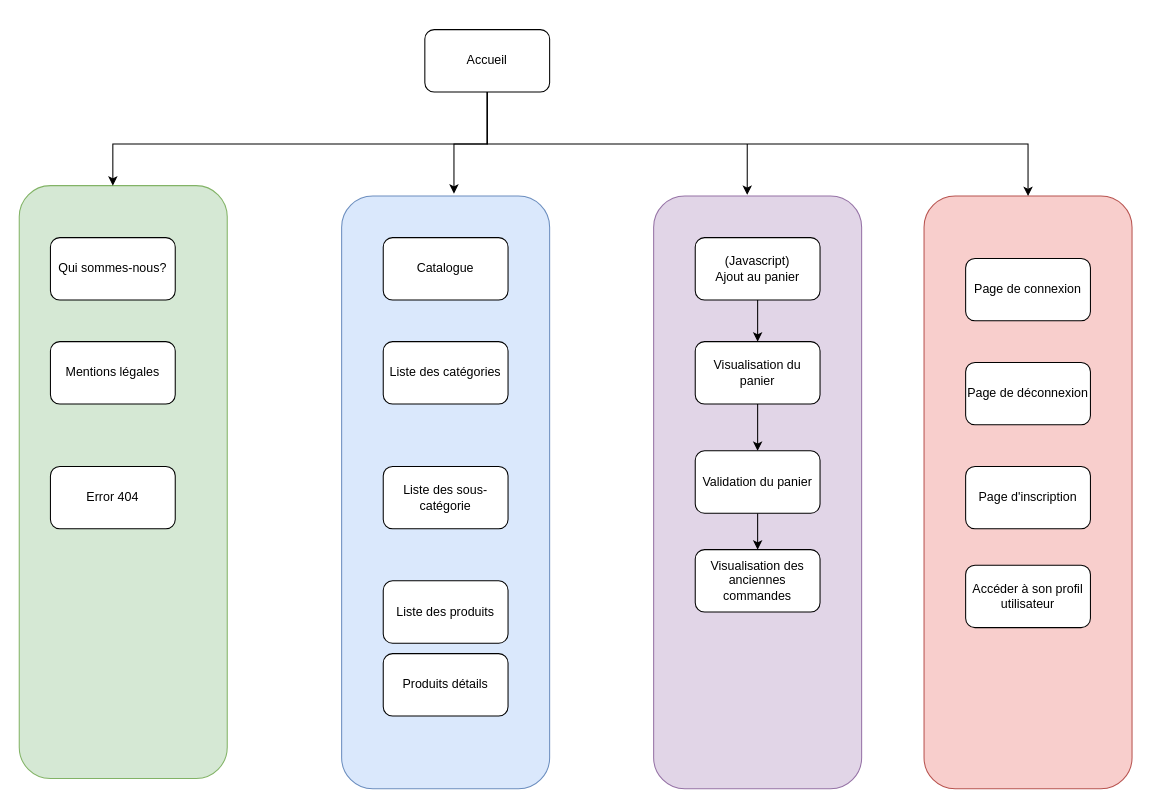
Before: 00- Filrouge/Graphe de navigation.drawio in zeldacod5/CDA, a draw.io diagram. Source tidied: cells renumbered, new cells numbered last; positions are measured from the earlier drawing's top-left corner, leaving out a move shared by most shapes. Both pictures are drawn from the tidied source at 104%, with x=0, y=0 at pixel (19, 29).
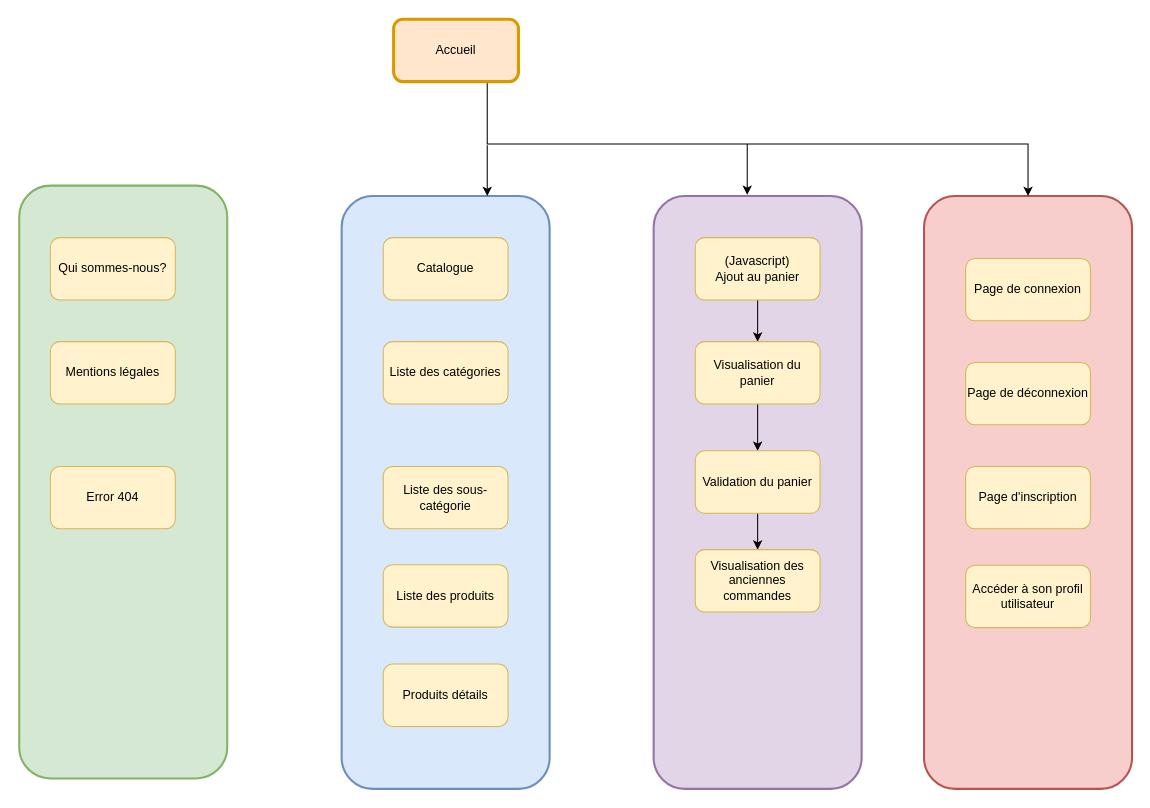
After the change.

Commit message:
Mettre à jour Graphe de navigation.drawio

The edit, as a diff of the source:
```diff
@@
-    <mxCell id="2" style="rounded=1;whiteSpace=wrap;html=1;fillColor=#e1d5e7;strokeColor=#9673a6;" parent="1" vertex="1">
+    <mxCell id="2" style="rounded=1;whiteSpace=wrap;html=1;fillColor=#e1d5e7;strokeColor=#9673a6;strokeWidth=2;" parent="1" vertex="1">
       <mxGeometry x="610" y="160" width="200" height="570" as="geometry" />
     </mxCell>
-    <mxCell id="3" style="rounded=1;whiteSpace=wrap;html=1;fillColor=#f8cecc;strokeColor=#b85450;" parent="1" vertex="1">
+    <mxCell id="3" style="rounded=1;whiteSpace=wrap;html=1;fillColor=#f8cecc;strokeColor=#b85450;strokeWidth=2;" parent="1" vertex="1">
       <mxGeometry x="870" y="160" width="200" height="570" as="geometry" />
     </mxCell>
-    <mxCell id="4" style="rounded=1;whiteSpace=wrap;html=1;fillColor=#d5e8d4;strokeColor=#82b366;" parent="1" vertex="1">
+    <mxCell id="4" style="rounded=1;whiteSpace=wrap;html=1;fillColor=#d5e8d4;strokeColor=#82b366;strokeWidth=2;" parent="1" vertex="1">
       <mxGeometry y="150" width="200" height="570" as="geometry" />
     </mxCell>
-    <mxCell id="5" style="rounded=1;whiteSpace=wrap;html=1;fillColor=#dae8fc;strokeColor=#6c8ebf;" parent="1" vertex="1">
+    <mxCell id="5" style="rounded=1;whiteSpace=wrap;html=1;fillColor=#dae8fc;strokeColor=#6c8ebf;strokeWidth=2;" parent="1" vertex="1">
       <mxGeometry x="310" y="160" width="200" height="570" as="geometry" />
     </mxCell>
-    <mxCell id="6" style="edgeStyle=orthogonalEdgeStyle;rounded=0;jettySize=auto;html=1;entryX=0.54;entryY=-0.004;entryDx=0;entryDy=0;entryPerimeter=0;" parent="1" edge="1" source="9" target="5">
-      <mxGeometry relative="1" as="geometry" />
-    </mxCell>
-    <mxCell id="7" style="edgeStyle=orthogonalEdgeStyle;rounded=0;jettySize=auto;html=1;" parent="1" edge="1" source="9">
+    <mxCell id="7" style="edgeStyle=orthogonalEdgeStyle;rounded=0;jettySize=auto;html=1;exitX=0.75;exitY=1;exitDx=0;exitDy=0;" parent="1" edge="1" source="9">
       <mxGeometry relative="1" as="geometry">
         <mxPoint x="970" y="160" as="targetPoint" />
         <Array as="points">
           <mxPoint x="450" y="110" />
           <mxPoint x="970" y="110" />
         </Array>
       </mxGeometry>
     </mxCell>
-    <mxCell id="8" style="edgeStyle=orthogonalEdgeStyle;rounded=0;jettySize=auto;html=1;" parent="1" edge="1" source="9" target="4">
-      <mxGeometry relative="1" as="geometry">
-        <Array as="points">
-          <mxPoint x="450" y="110" />
-          <mxPoint x="90" y="110" />
-        </Array>
-      </mxGeometry>
-    </mxCell>
-    <mxCell id="9" value="Accueil" style="rounded=1;whiteSpace=wrap;html=1;" parent="1" vertex="1">
-      <mxGeometry x="390" width="120" height="60" as="geometry" />
+    <mxCell id="9" value="Accueil" style="rounded=1;whiteSpace=wrap;html=1;strokeWidth=3;fillColor=#ffe6cc;strokeColor=#d79b00;" parent="1" vertex="1">
+      <mxGeometry x="360" y="-10" width="120" height="60" as="geometry" />
     </mxCell>
-    <mxCell id="10" value="Catalogue" style="rounded=1;whiteSpace=wrap;html=1;" parent="1" vertex="1">
+    <mxCell id="10" value="Catalogue" style="rounded=1;whiteSpace=wrap;html=1;fillColor=#fff2cc;strokeColor=#d6b656;" parent="1" vertex="1">
       <mxGeometry x="350" y="200" width="120" height="60" as="geometry" />
     </mxCell>
-    <mxCell id="11" value="Liste des sous-catégorie" style="rounded=1;whiteSpace=wrap;html=1;" parent="1" vertex="1">
+    <mxCell id="11" value="Liste des sous-catégorie" style="rounded=1;whiteSpace=wrap;html=1;fillColor=#fff2cc;strokeColor=#d6b656;" parent="1" vertex="1">
       <mxGeometry x="350" y="420" width="120" height="60" as="geometry" />
     </mxCell>
-    <mxCell id="12" value="Liste des produits" style="rounded=1;whiteSpace=wrap;html=1;" parent="1" vertex="1">
-      <mxGeometry x="350" y="530" width="120" height="60" as="geometry" />
+    <mxCell id="12" value="Liste des produits" style="rounded=1;whiteSpace=wrap;html=1;fillColor=#fff2cc;strokeColor=#d6b656;" parent="1" vertex="1">
+      <mxGeometry x="350" y="514.5" width="120" height="60" as="geometry" />
     </mxCell>
-    <mxCell id="13" value="Produits détails" style="rounded=1;whiteSpace=wrap;html=1;" parent="1" vertex="1">
-      <mxGeometry x="350" y="600" width="120" height="60" as="geometry" />
+    <mxCell id="13" value="Produits détails" style="rounded=1;whiteSpace=wrap;html=1;fillColor=#fff2cc;strokeColor=#d6b656;" parent="1" vertex="1">
+      <mxGeometry x="350" y="610" width="120" height="60" as="geometry" />
     </mxCell>
@@
-    <mxCell id="15" value="&lt;div&gt;(Javascript)&lt;/div&gt;&lt;div&gt;Ajout au panier&lt;br&gt;&lt;/div&gt;" style="rounded=1;whiteSpace=wrap;html=1;" parent="1" vertex="1">
+    <mxCell id="15" value="&lt;div&gt;(Javascript)&lt;/div&gt;&lt;div&gt;Ajout au panier&lt;br&gt;&lt;/div&gt;" style="rounded=1;whiteSpace=wrap;html=1;fillColor=#fff2cc;strokeColor=#d6b656;" parent="1" vertex="1">
       <mxGeometry x="650" y="200" width="120" height="60" as="geometry" />
     </mxCell>
-    <mxCell id="16" value="Page de connexion" style="rounded=1;whiteSpace=wrap;html=1;" parent="1" vertex="1">
+    <mxCell id="16" value="Page de connexion" style="rounded=1;whiteSpace=wrap;html=1;fillColor=#fff2cc;strokeColor=#d6b656;" parent="1" vertex="1">
       <mxGeometry x="910" y="220" width="120" height="60" as="geometry" />
     </mxCell>
-    <mxCell id="17" value="Page de déconnexion" style="rounded=1;whiteSpace=wrap;html=1;" parent="1" vertex="1">
+    <mxCell id="17" value="Page de déconnexion" style="rounded=1;whiteSpace=wrap;html=1;fillColor=#fff2cc;strokeColor=#d6b656;" parent="1" vertex="1">
       <mxGeometry x="910" y="320" width="120" height="60" as="geometry" />
     </mxCell>
-    <mxCell id="18" value="Error 404" style="rounded=1;whiteSpace=wrap;html=1;" parent="1" vertex="1">
+    <mxCell id="18" value="Error 404" style="rounded=1;whiteSpace=wrap;html=1;fillColor=#fff2cc;strokeColor=#d6b656;" parent="1" vertex="1">
       <mxGeometry x="30" y="420" width="120" height="60" as="geometry" />
     </mxCell>
-    <mxCell id="19" value="Page d'inscription" style="rounded=1;whiteSpace=wrap;html=1;" parent="1" vertex="1">
+    <mxCell id="19" value="Page d'inscription" style="rounded=1;whiteSpace=wrap;html=1;fillColor=#fff2cc;strokeColor=#d6b656;" parent="1" vertex="1">
       <mxGeometry x="910" y="420" width="120" height="60" as="geometry" />
     </mxCell>
-    <mxCell id="20" value="Qui sommes-nous?" style="rounded=1;whiteSpace=wrap;html=1;" parent="1" vertex="1">
+    <mxCell id="20" value="Qui sommes-nous?" style="rounded=1;whiteSpace=wrap;html=1;fillColor=#fff2cc;strokeColor=#d6b656;" parent="1" vertex="1">
       <mxGeometry x="30" y="200" width="120" height="60" as="geometry" />
     </mxCell>
-    <mxCell id="21" value="Mentions légales" style="rounded=1;whiteSpace=wrap;html=1;" parent="1" vertex="1">
+    <mxCell id="21" value="Mentions légales" style="rounded=1;whiteSpace=wrap;html=1;fillColor=#fff2cc;strokeColor=#d6b656;" parent="1" vertex="1">
       <mxGeometry x="30" y="300" width="120" height="60" as="geometry" />
     </mxCell>
-    <mxCell id="22" value="Liste des catégories" style="rounded=1;whiteSpace=wrap;html=1;" parent="1" vertex="1">
+    <mxCell id="22" value="Liste des catégories" style="rounded=1;whiteSpace=wrap;html=1;fillColor=#fff2cc;strokeColor=#d6b656;" parent="1" vertex="1">
       <mxGeometry x="350" y="300" width="120" height="60" as="geometry" />
     </mxCell>
@@
-    <mxCell id="24" value="Visualisation du panier" style="rounded=1;whiteSpace=wrap;html=1;" parent="1" vertex="1">
+    <mxCell id="24" value="Visualisation du panier" style="rounded=1;whiteSpace=wrap;html=1;fillColor=#fff2cc;strokeColor=#d6b656;" parent="1" vertex="1">
       <mxGeometry x="650" y="300" width="120" height="60" as="geometry" />
     </mxCell>
@@
-    <mxCell id="26" value="Validation du panier" style="rounded=1;whiteSpace=wrap;html=1;" parent="1" vertex="1">
+    <mxCell id="26" value="Validation du panier" style="rounded=1;whiteSpace=wrap;html=1;fillColor=#fff2cc;strokeColor=#d6b656;" parent="1" vertex="1">
       <mxGeometry x="650" y="405" width="120" height="60" as="geometry" />
     </mxCell>
@@
-    <mxCell id="28" value="Visualisation des anciennes commandes" style="rounded=1;whiteSpace=wrap;html=1;" parent="1" vertex="1">
+    <mxCell id="28" value="Visualisation des anciennes commandes" style="rounded=1;whiteSpace=wrap;html=1;fillColor=#fff2cc;strokeColor=#d6b656;" parent="1" vertex="1">
       <mxGeometry x="650" y="500" width="120" height="60" as="geometry" />
     </mxCell>
-    <mxCell id="29" value="Accéder à son profil utilisateur" style="rounded=1;whiteSpace=wrap;html=1;" parent="1" vertex="1">
+    <mxCell id="29" value="Accéder à son profil utilisateur" style="rounded=1;whiteSpace=wrap;html=1;fillColor=#fff2cc;strokeColor=#d6b656;" parent="1" vertex="1">
       <mxGeometry x="910" y="515" width="120" height="60" as="geometry" />
     </mxCell>
+    <mxCell id="30" style="endArrow=classic;html=1;rounded=0;entryX=0.45;entryY=-0.002;entryDx=0;entryDy=0;entryPerimeter=0;" parent="1" edge="1">
+      <mxGeometry relative="1" as="geometry">
+        <mxPoint x="450" y="111.1" as="sourcePoint" />
+        <mxPoint x="450" y="160" as="targetPoint" />
+      </mxGeometry>
+    </mxCell>
```
